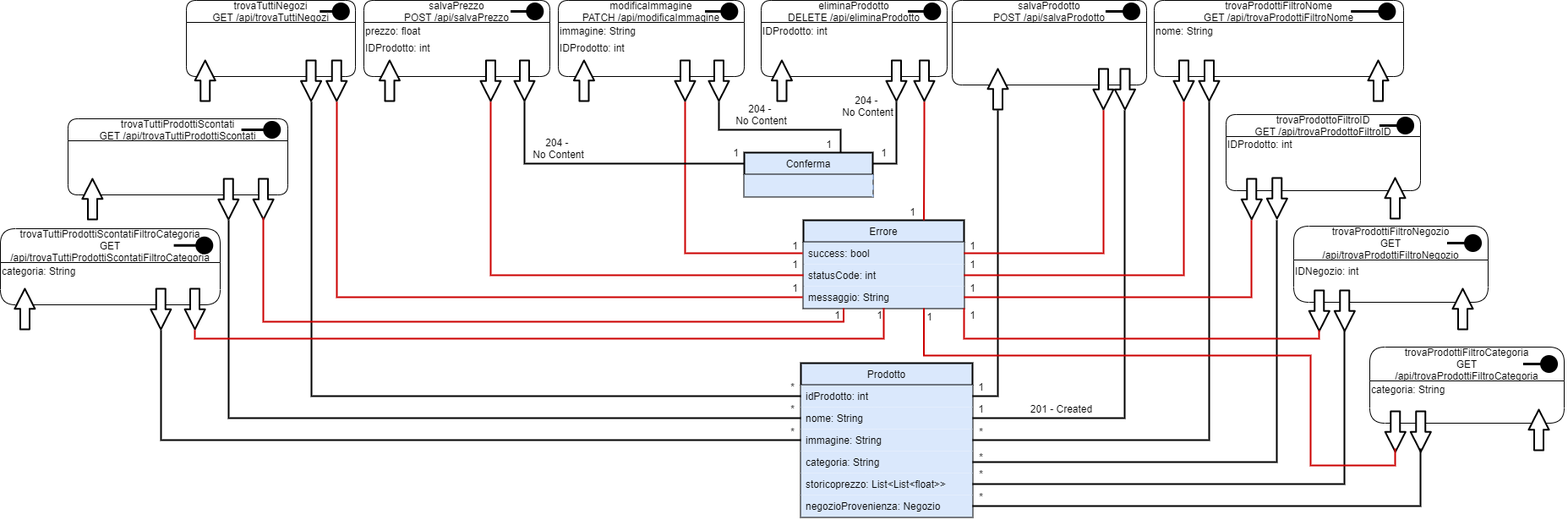
G15-UniTN/iSpesa keeps this draw.io diagram as UML/Diagramma Risorse/Diagramma Risorse Prodotto.png. Above is the earlier version. Source tidied: cells renumbered, new cells last; positions are measured from the earlier drawing's top-left corner, leaving out a move shared by most shapes.
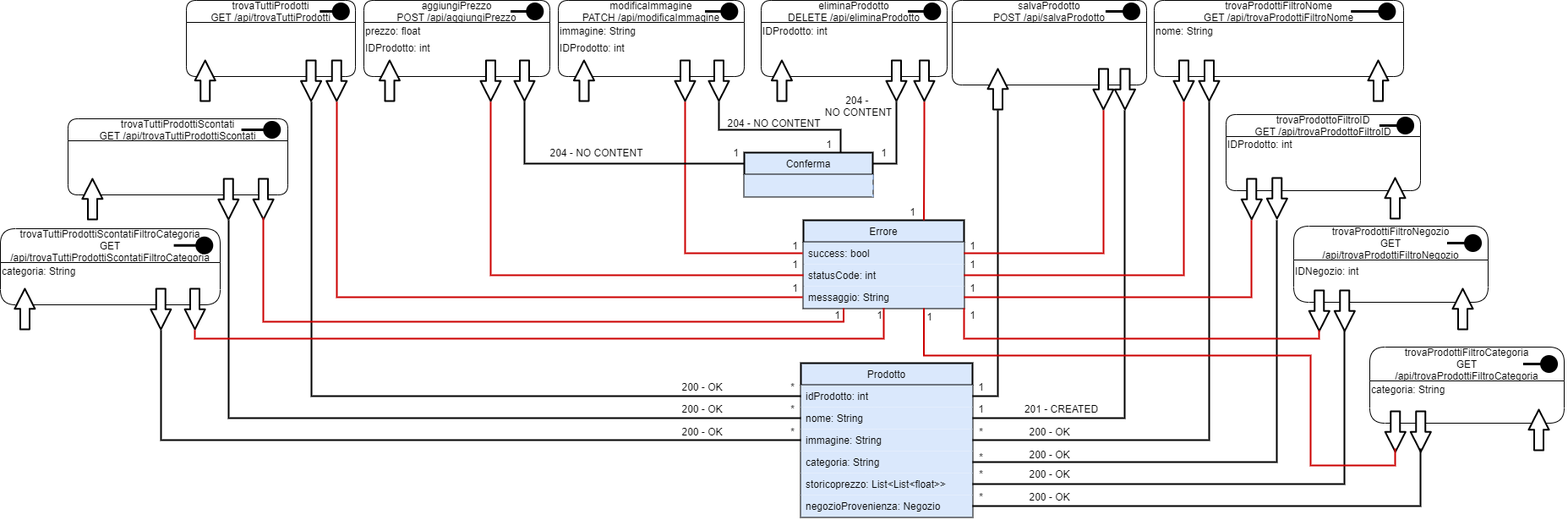
After the change.

Diff of the diagram source:
```diff
@@ -98,8 +98,8 @@
     <mxCell id="25" value="1" style="text;html=1;align=center;verticalAlign=middle;strokeColor=none;" parent="1" vertex="1">
       <mxGeometry x="1069" y="240" width="20" height="20" as="geometry" />
     </mxCell>
-    <mxCell id="26" value="204 - &lt;br&gt;No Content" style="text;html=1;align=center;verticalAlign=middle;strokeColor=none;" parent="1" vertex="1">
-      <mxGeometry x="986" y="110" width="80" height="30" as="geometry" />
+    <mxCell id="26" value="204 - &lt;br&gt;NO CONTENT" style="text;html=1;align=center;verticalAlign=middle;strokeColor=none;" parent="1" vertex="1">
+      <mxGeometry x="970" y="110" width="90" height="30" as="geometry" />
     </mxCell>
     <mxCell id="27" style="group;" parent="1" vertex="1">
       <mxGeometry x="1126" width="230" height="120" as="geometry" />
@@ -142,8 +142,8 @@
     <mxCell id="34" value="1" style="text;html=1;align=center;verticalAlign=middle;strokeColor=none;" parent="1" vertex="1">
       <mxGeometry x="1150" y="447" width="20" height="20" as="geometry" />
     </mxCell>
-    <mxCell id="35" value="201 - Created" style="text;html=1;align=center;verticalAlign=middle;strokeColor=none;fillColor=#ffffff;" parent="1" vertex="1">
-      <mxGeometry x="1210" y="473" width="90" height="20" as="geometry" />
+    <mxCell id="35" value="201 - CREATED" style="text;html=1;align=center;verticalAlign=middle;strokeColor=none;fillColor=#ffffff;" parent="1" vertex="1">
+      <mxGeometry x="1205" y="473" width="100" height="20" as="geometry" />
     </mxCell>
     <mxCell id="36" value="1" style="text;html=1;align=center;verticalAlign=middle;strokeColor=none;" parent="1" vertex="1">
       <mxGeometry x="1150" y="473" width="20" height="20" as="geometry" />
@@ -206,8 +206,8 @@
         </Array>
       </mxGeometry>
     </mxCell>
-    <mxCell id="47" value="204 - &lt;br&gt;No Content" style="text;html=1;align=center;verticalAlign=middle;strokeColor=none;" parent="1" vertex="1">
-      <mxGeometry x="860" y="120" width="80" height="30" as="geometry" />
+    <mxCell id="47" value="204 - NO CONTENT" style="text;html=1;align=center;verticalAlign=middle;strokeColor=none;" parent="1" vertex="1">
+      <mxGeometry x="850" y="135" width="130" height="20" as="geometry" />
     </mxCell>
     <mxCell id="48" value="1" style="text;html=1;align=center;verticalAlign=middle;strokeColor=none;" parent="1" vertex="1">
       <mxGeometry x="970" y="160" width="20" height="20" as="geometry" />
@@ -233,7 +233,7 @@
     <mxCell id="53" style="group;" parent="1" vertex="1">
       <mxGeometry x="430" width="220" height="120" as="geometry" />
     </mxCell>
-    <mxCell id="54" value="salvaPrezzo&#10;POST /api/salvaPrezzo" style="swimlane;fontStyle=0;horizontal=1;startSize=26;fillColor=none;rounded=1;" parent="53" vertex="1">
+    <mxCell id="54" value="aggiungiPrezzo&#10;POST /api/aggiungiPrezzo" style="swimlane;fontStyle=0;horizontal=1;startSize=26;fillColor=none;rounded=1;" parent="53" vertex="1">
       <mxGeometry width="220" height="90" as="geometry" />
     </mxCell>
     <mxCell id="55" style="shape=flexArrow;endArrow=classic;html=1;targetPerimeterSpacing=1;strokeWidth=2;endWidth=11.03448275862069;endSize=7.227586206896552;fillColor=#ffffff;rounded=1;" parent="54" edge="1">
@@ -274,8 +274,8 @@
         </Array>
       </mxGeometry>
     </mxCell>
-    <mxCell id="62" value="204 - &lt;br&gt;No Content" style="text;html=1;align=center;verticalAlign=middle;strokeColor=none;" parent="1" vertex="1">
-      <mxGeometry x="620" y="160" width="80" height="30" as="geometry" />
+    <mxCell id="62" value="204 - NO CONTENT" style="text;html=1;align=center;verticalAlign=middle;strokeColor=none;" parent="1" vertex="1">
+      <mxGeometry x="640" y="170" width="130" height="20" as="geometry" />
     </mxCell>
     <mxCell id="63" value="1" style="text;html=1;align=center;verticalAlign=middle;strokeColor=none;" parent="1" vertex="1">
       <mxGeometry x="860" y="170" width="20" height="20" as="geometry" />
@@ -295,7 +295,7 @@
     <mxCell id="66" style="group;" parent="1" vertex="1">
       <mxGeometry x="220" width="200" height="120" as="geometry" />
     </mxCell>
-    <mxCell id="67" value="trovaTuttiNegozi&#10;GET /api/trovaTuttiNegozi" style="swimlane;fontStyle=0;horizontal=1;startSize=26;fillColor=none;rounded=1;" parent="66" vertex="1">
+    <mxCell id="67" value="trovaTuttiProdotti&#10;GET /api/trovaTuttiProdotti" style="swimlane;fontStyle=0;horizontal=1;startSize=26;fillColor=none;rounded=1;" parent="66" vertex="1">
       <mxGeometry width="200" height="90" as="geometry" />
     </mxCell>
     <mxCell id="68" style="html=1;verticalAlign=bottom;startArrow=circle;startFill=1;endArrow=none;startSize=6;endSize=8;endFill=0;strokeWidth=3;targetPerimeterSpacing=1;jumpSize=7;" parent="66" edge="1">
@@ -678,5 +678,26 @@
     <mxCell id="140" value="1" style="text;html=1;align=center;verticalAlign=middle;strokeColor=none;" parent="1" vertex="1">
       <mxGeometry x="1089" y="364" width="20" height="20" as="geometry" />
     </mxCell>
+    <mxCell id="141" value="200 - OK" style="text;html=1;align=center;verticalAlign=middle;strokeColor=none;" parent="1" vertex="1">
+      <mxGeometry x="800" y="447" width="60" height="20" as="geometry" />
+    </mxCell>
+    <mxCell id="142" value="200 - OK" style="text;html=1;align=center;verticalAlign=middle;strokeColor=none;" parent="1" vertex="1">
+      <mxGeometry x="800" y="473" width="60" height="20" as="geometry" />
+    </mxCell>
+    <mxCell id="143" value="200 - OK" style="text;html=1;align=center;verticalAlign=middle;strokeColor=none;" parent="1" vertex="1">
+      <mxGeometry x="800" y="500" width="60" height="20" as="geometry" />
+    </mxCell>
+    <mxCell id="144" value="200 - OK" style="text;html=1;align=center;verticalAlign=middle;strokeColor=none;" parent="1" vertex="1">
+      <mxGeometry x="1211" y="500" width="60" height="20" as="geometry" />
+    </mxCell>
+    <mxCell id="145" value="200 - OK" style="text;html=1;align=center;verticalAlign=middle;strokeColor=none;" parent="1" vertex="1">
+      <mxGeometry x="1211" y="527" width="60" height="20" as="geometry" />
+    </mxCell>
+    <mxCell id="146" value="200 - OK" style="text;html=1;align=center;verticalAlign=middle;strokeColor=none;" parent="1" vertex="1">
+      <mxGeometry x="1211" y="550" width="60" height="20" as="geometry" />
+    </mxCell>
+    <mxCell id="147" value="200 - OK" style="text;html=1;align=center;verticalAlign=middle;strokeColor=none;" parent="1" vertex="1">
+      <mxGeometry x="1211" y="577" width="60" height="20" as="geometry" />
+    </mxCell>
   </root>
 </mxGraphModel>
```
